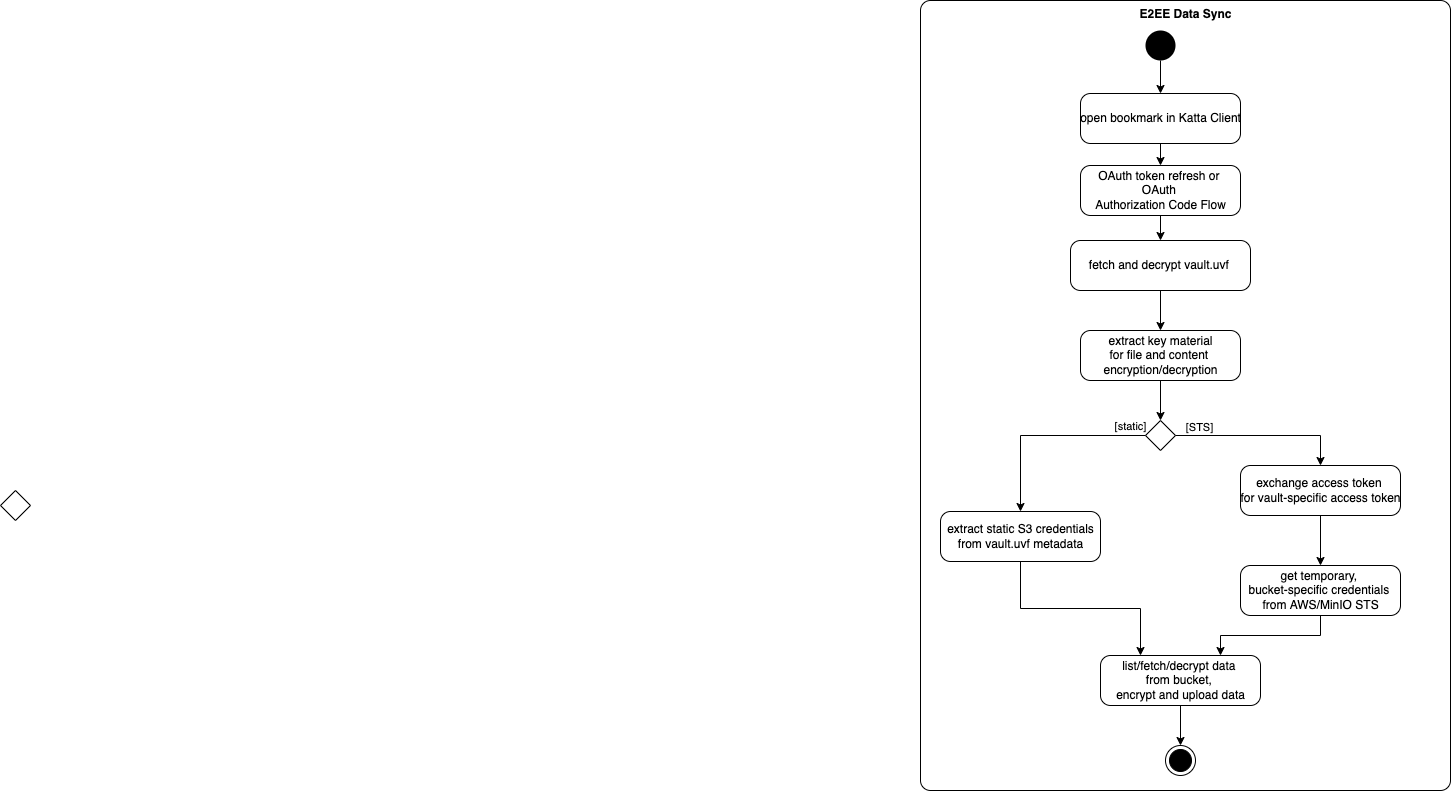
Earlier version of the draw.io export img/DataAccess.drawio.png (shift7-ch/katta-docs). Source tidied: cells renumbered, new cells last; positions are measured from the earlier drawing's top-left corner, leaving out a move shared by most shapes. The source it was exported from:
```xml
<mxGraphModel>
  <root>
    <mxCell id="0" />
    <mxCell id="1" parent="0" />
    <mxCell id="2" value="&lt;b&gt;E2EE Data Sync&lt;/b&gt;" style="html=1;dashed=0;rounded=1;absoluteArcSize=1;arcSize=20;verticalAlign=top;align=center;fontColor=default;strokeColor=default;fillColor=none;" parent="1" vertex="1">
      <mxGeometry x="920" width="530" height="790" as="geometry" />
    </mxCell>
    <mxCell id="3" value="OAuth token refresh or &lt;br&gt;OAuth &lt;br&gt;Authorization Code Flow" style="html=1;dashed=0;rounded=1;absoluteArcSize=1;arcSize=20;verticalAlign=middle;align=center;" parent="1" vertex="1">
      <mxGeometry x="1080" y="165" width="160" height="50" as="geometry" />
    </mxCell>
    <mxCell id="4" value="extract key material&lt;br&gt;for file and content &lt;br&gt;encryption/decryption" style="html=1;dashed=0;rounded=1;absoluteArcSize=1;arcSize=20;verticalAlign=middle;align=center;" parent="1" vertex="1">
      <mxGeometry x="1080" y="330" width="160" height="50" as="geometry" />
    </mxCell>
    <mxCell id="5" value="open bookmark in Katta Client" style="html=1;dashed=0;rounded=1;absoluteArcSize=1;arcSize=20;verticalAlign=middle;align=center;" parent="1" vertex="1">
      <mxGeometry x="1080" y="93" width="160" height="50" as="geometry" />
    </mxCell>
    <mxCell id="6" style="endArrow=classic;html=1;rounded=0;exitX=0.5;exitY=1;exitDx=0;exitDy=0;" parent="1" edge="1" source="5" target="3">
      <mxGeometry relative="1" as="geometry" />
    </mxCell>
    <mxCell id="7" style="endArrow=classic;html=1;rounded=0;entryX=0.5;entryY=0;entryDx=0;entryDy=0;exitX=0.5;exitY=1;exitDx=0;exitDy=0;" parent="1" edge="1" source="3" target="17">
      <mxGeometry relative="1" as="geometry" />
    </mxCell>
    <mxCell id="8" style="edgeStyle=orthogonalEdgeStyle;rounded=0;jettySize=auto;html=1;" parent="1" edge="1" source="4" target="9">
      <mxGeometry relative="1" as="geometry" />
    </mxCell>
    <mxCell id="9" style="rhombus;" parent="1" vertex="1">
      <mxGeometry x="1145" y="420" width="30" height="30" as="geometry" />
    </mxCell>
    <mxCell id="10" style="edgeStyle=orthogonalEdgeStyle;rounded=0;jettySize=auto;html=1;" parent="1" edge="1" source="11" target="13">
      <mxGeometry relative="1" as="geometry" />
    </mxCell>
    <mxCell id="11" value="exchange access token &lt;br&gt;for vault-specific access token" style="html=1;dashed=0;rounded=1;absoluteArcSize=1;arcSize=20;verticalAlign=middle;align=center;" parent="1" vertex="1">
      <mxGeometry x="1240" y="465" width="160" height="50" as="geometry" />
    </mxCell>
    <mxCell id="12" value="extract static S3 credentials&lt;br&gt;from vault.uvf metadata" style="html=1;dashed=0;rounded=1;absoluteArcSize=1;arcSize=20;verticalAlign=middle;align=center;" parent="1" vertex="1">
      <mxGeometry x="940" y="511" width="160" height="50" as="geometry" />
    </mxCell>
    <mxCell id="13" value="get temporary, &lt;br&gt;bucket-specific credentials&amp;nbsp;&lt;br&gt;from AWS/MinIO STS" style="html=1;dashed=0;rounded=1;absoluteArcSize=1;arcSize=20;verticalAlign=middle;align=center;" parent="1" vertex="1">
      <mxGeometry x="1240" y="565" width="160" height="50" as="geometry" />
    </mxCell>
    <mxCell id="14" style="endArrow=classic;html=1;rounded=0;exitX=0;exitY=0.5;exitDx=0;exitDy=0;edgeStyle=orthogonalEdgeStyle;" parent="1" edge="1" source="9" target="12">
      <mxGeometry relative="1" as="geometry" />
    </mxCell>
    <mxCell id="15" value="[static]" style="edgeLabel;html=1;align=center;verticalAlign=middle;" parent="14" vertex="1">
      <mxGeometry x="-0.48" y="-1" relative="1" as="geometry">
        <mxPoint x="37" y="-9" as="offset" />
      </mxGeometry>
    </mxCell>
    <mxCell id="16" style="rhombus;" parent="1" vertex="1">
      <mxGeometry y="490" width="30" height="30" as="geometry" />
    </mxCell>
    <mxCell id="17" value="fetch and decrypt vault.uvf&amp;nbsp;&lt;br&gt;" style="html=1;dashed=0;rounded=1;absoluteArcSize=1;arcSize=20;verticalAlign=middle;align=center;" parent="1" vertex="1">
      <mxGeometry x="1070" y="240" width="180" height="50" as="geometry" />
    </mxCell>
    <mxCell id="18" style="endArrow=classic;html=1;rounded=0;entryX=0.5;entryY=0;entryDx=0;entryDy=0;exitX=0.5;exitY=1;exitDx=0;exitDy=0;" parent="1" edge="1" source="17" target="4">
      <mxGeometry relative="1" as="geometry" />
    </mxCell>
    <mxCell id="19" style="endArrow=classic;html=1;rounded=0;exitX=1;exitY=0.5;exitDx=0;exitDy=0;edgeStyle=orthogonalEdgeStyle;entryX=0.5;entryY=0;entryDx=0;entryDy=0;" parent="1" edge="1" source="9" target="11">
      <mxGeometry relative="1" as="geometry" />
    </mxCell>
    <mxCell id="20" value="[STS]" style="edgeLabel;html=1;align=center;verticalAlign=middle;" parent="19" vertex="1">
      <mxGeometry x="-0.48" y="-1" relative="1" as="geometry">
        <mxPoint x="-23" y="-10" as="offset" />
      </mxGeometry>
    </mxCell>
    <mxCell id="21" style="ellipse;fillColor=#000000;strokeColor=none;" parent="1" vertex="1">
      <mxGeometry x="1145" y="30" width="30" height="30" as="geometry" />
    </mxCell>
    <mxCell id="22" style="ellipse;html=1;shape=endState;fillColor=#000000;strokeColor=#000000;" parent="1" vertex="1">
      <mxGeometry x="1165" y="745" width="30" height="30" as="geometry" />
    </mxCell>
    <mxCell id="23" style="endArrow=classic;html=1;rounded=0;edgeStyle=orthogonalEdgeStyle;entryX=0.25;entryY=0;entryDx=0;entryDy=0;" parent="1" edge="1" source="12" target="26">
      <mxGeometry relative="1" as="geometry" />
    </mxCell>
    <mxCell id="24" style="endArrow=classic;html=1;rounded=0;edgeStyle=orthogonalEdgeStyle;exitX=0.5;exitY=1;exitDx=0;exitDy=0;entryX=0.75;entryY=0;entryDx=0;entryDy=0;" parent="1" edge="1" source="13" target="26">
      <mxGeometry relative="1" as="geometry" />
    </mxCell>
    <mxCell id="25" style="endArrow=classic;html=1;rounded=0;exitX=0.5;exitY=1;exitDx=0;exitDy=0;entryX=0.5;entryY=0;entryDx=0;entryDy=0;" parent="1" edge="1" source="21" target="5">
      <mxGeometry relative="1" as="geometry" />
    </mxCell>
    <mxCell id="26" value="list/fetch/decrypt data &lt;br&gt;from bucket, &lt;br&gt;encrypt and upload data" style="html=1;dashed=0;rounded=1;absoluteArcSize=1;arcSize=20;verticalAlign=middle;align=center;" parent="1" vertex="1">
      <mxGeometry x="1100" y="655" width="160" height="50" as="geometry" />
    </mxCell>
    <mxCell id="27" style="edgeStyle=orthogonalEdgeStyle;rounded=0;jettySize=auto;html=1;entryX=0.5;entryY=0;entryDx=0;entryDy=0;exitX=0.5;exitY=1;exitDx=0;exitDy=0;" parent="1" edge="1" source="26" target="22">
      <mxGeometry relative="1" as="geometry" />
    </mxCell>
  </root>
</mxGraphModel>
```
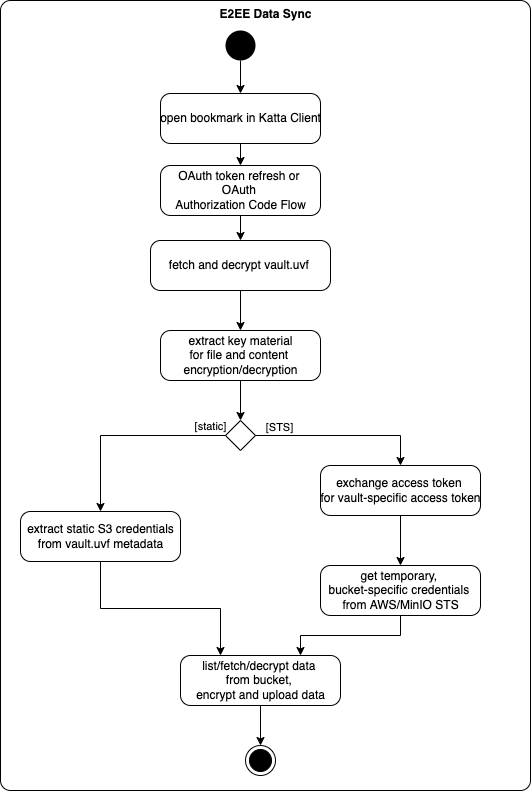
The same diagram one commit later.

What changed in the source:
```diff
@@ -46,9 +46,6 @@
         <mxPoint x="37" y="-9" as="offset" />
       </mxGeometry>
     </mxCell>
-    <mxCell id="16" style="rhombus;" parent="1" vertex="1">
-      <mxGeometry y="490" width="30" height="30" as="geometry" />
-    </mxCell>
     <mxCell id="17" value="fetch and decrypt vault.uvf&amp;nbsp;&lt;br&gt;" style="html=1;dashed=0;rounded=1;absoluteArcSize=1;arcSize=20;verticalAlign=middle;align=center;" parent="1" vertex="1">
       <mxGeometry x="1070" y="240" width="180" height="50" as="geometry" />
     </mxCell>
```
